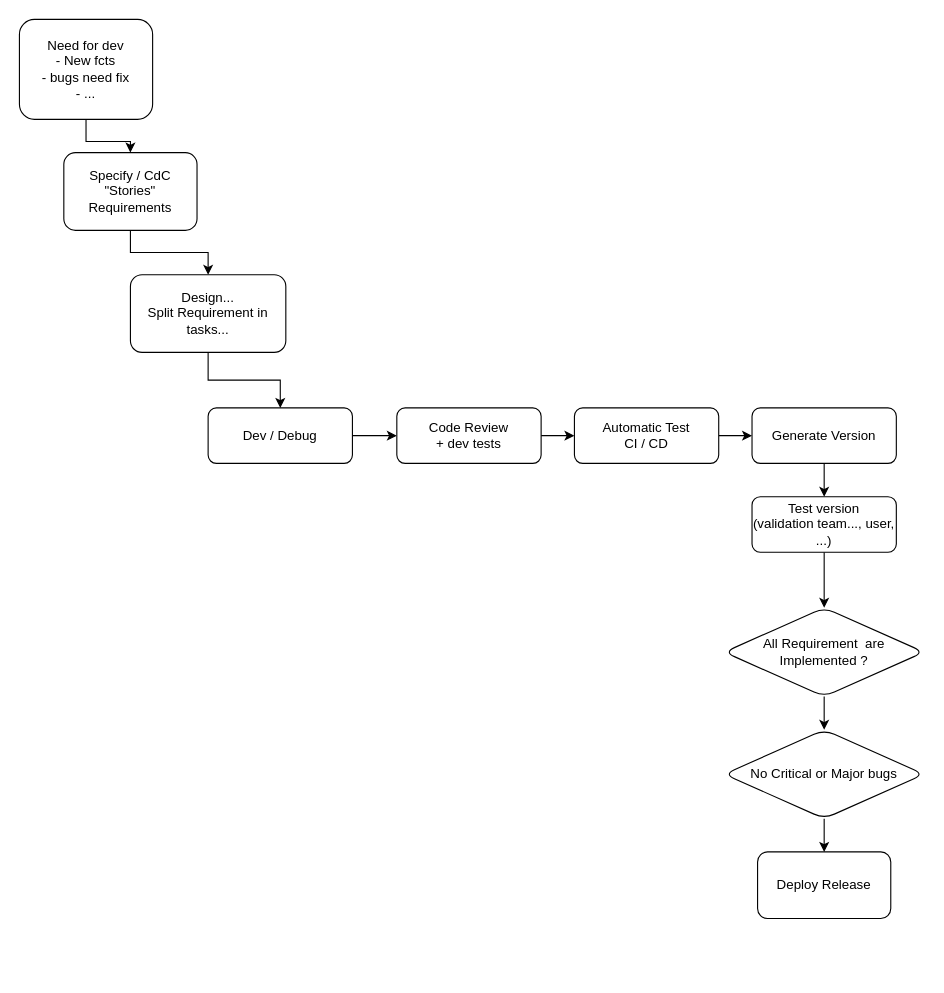
Before: SW-Process.drawio in ParaPimo/parapimo-sandbox, a draw.io diagram. Source tidied: cells renumbered, new cells numbered last; positions are measured from the earlier drawing's top-left corner, leaving out a move shared by most shapes. Both pictures are drawn from the tidied source at 111%, with x=0, y=0 at pixel (19, 19).
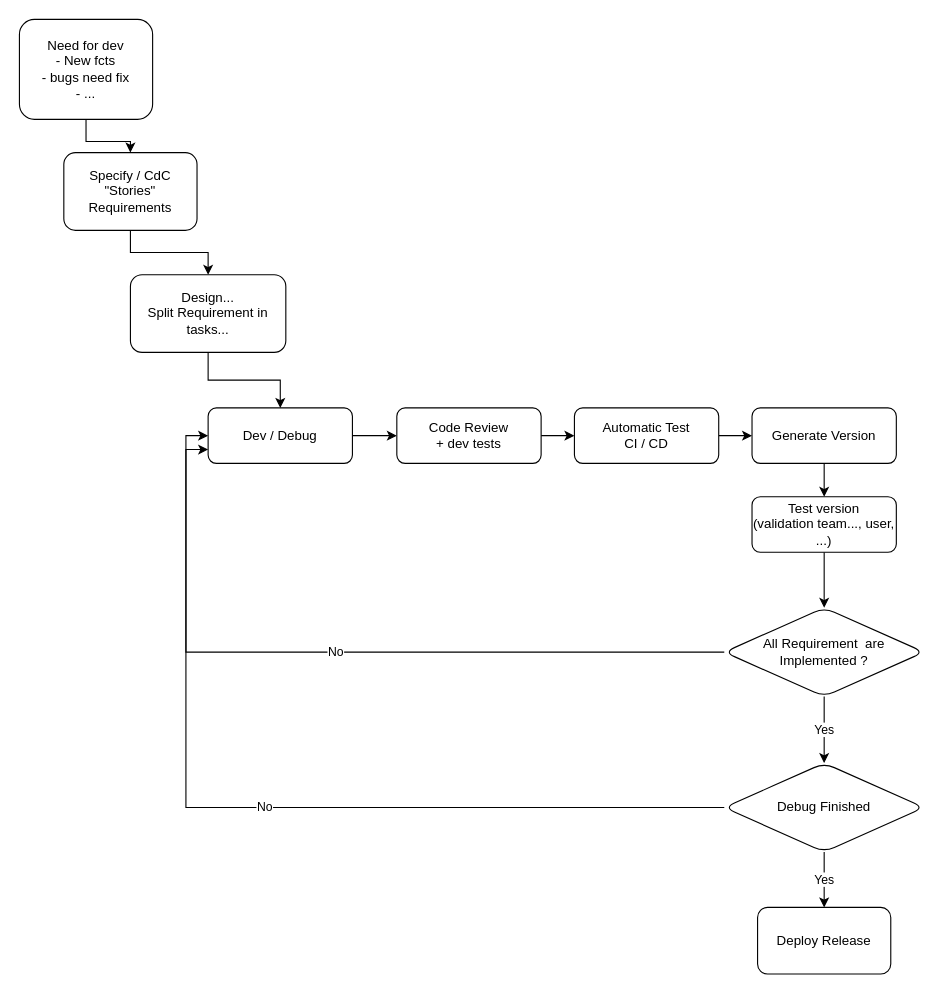
Above is the later version.

The change refers to these unchanged cells:
```xml
<mxCell id="9" value="Dev / Debug" style="rounded=1;whiteSpace=wrap;html=1;fontSize=12;glass=0;strokeWidth=1;shadow=0;" parent="1" vertex="1">
  <mxGeometry x="170" y="350" width="130" height="50" as="geometry" />
</mxCell>
<mxCell id="19" value="All Requirement&amp;nbsp; are Implemented ?" style="rhombus;whiteSpace=wrap;html=1;rounded=1;glass=0;strokeWidth=1;shadow=0;" parent="1" vertex="1">
  <mxGeometry x="635" y="530" width="180" height="80" as="geometry" />
</mxCell>
```

The edit, as a diff of the source:
```diff
@@
-    <mxCell id="18" style="edgeStyle=orthogonalEdgeStyle;rounded=0;jettySize=auto;html=1;" parent="1" edge="1" source="19" target="21">
+    <mxCell id="18" value="Yes" style="edgeStyle=orthogonalEdgeStyle;rounded=0;jettySize=auto;html=1;" parent="1" edge="1" source="19" target="21">
       <mxGeometry relative="1" as="geometry" />
     </mxCell>
+    <mxCell id="23" value="No" style="edgeStyle=orthogonalEdgeStyle;rounded=0;jettySize=auto;html=1;exitX=0;exitY=0.5;exitDx=0;exitDy=0;entryX=0;entryY=0.5;entryDx=0;entryDy=0;" parent="1" edge="1" source="19" target="9">
+      <mxGeometry relative="1" as="geometry" />
+    </mxCell>
@@
-    <mxCell id="20" style="edgeStyle=orthogonalEdgeStyle;rounded=0;jettySize=auto;html=1;" parent="1" edge="1" source="21" target="22">
+    <mxCell id="20" value="Yes" style="edgeStyle=orthogonalEdgeStyle;rounded=0;jettySize=auto;html=1;" parent="1" edge="1" source="21" target="22">
       <mxGeometry relative="1" as="geometry" />
     </mxCell>
+    <mxCell id="24" value="No" style="edgeStyle=orthogonalEdgeStyle;rounded=0;jettySize=auto;html=1;exitX=0;exitY=0.5;exitDx=0;exitDy=0;entryX=0;entryY=0.75;entryDx=0;entryDy=0;" parent="1" edge="1" source="21" target="9">
+      <mxGeometry relative="1" as="geometry" />
+    </mxCell>
-    <mxCell id="21" value="No Critical or Major bugs" style="rhombus;whiteSpace=wrap;html=1;rounded=1;glass=0;strokeWidth=1;shadow=0;" parent="1" vertex="1">
-      <mxGeometry x="635" y="640" width="180" height="80" as="geometry" />
+    <mxCell id="21" value="Debug Finished" style="rhombus;whiteSpace=wrap;html=1;rounded=1;glass=0;strokeWidth=1;shadow=0;" parent="1" vertex="1">
+      <mxGeometry x="635" y="670" width="180" height="80" as="geometry" />
     </mxCell>
     <mxCell id="22" value="Deploy Release" style="whiteSpace=wrap;html=1;rounded=1;glass=0;strokeWidth=1;shadow=0;" parent="1" vertex="1">
-      <mxGeometry x="665" y="750" width="120" height="60" as="geometry" />
+      <mxGeometry x="665" y="800" width="120" height="60" as="geometry" />
     </mxCell>
```
